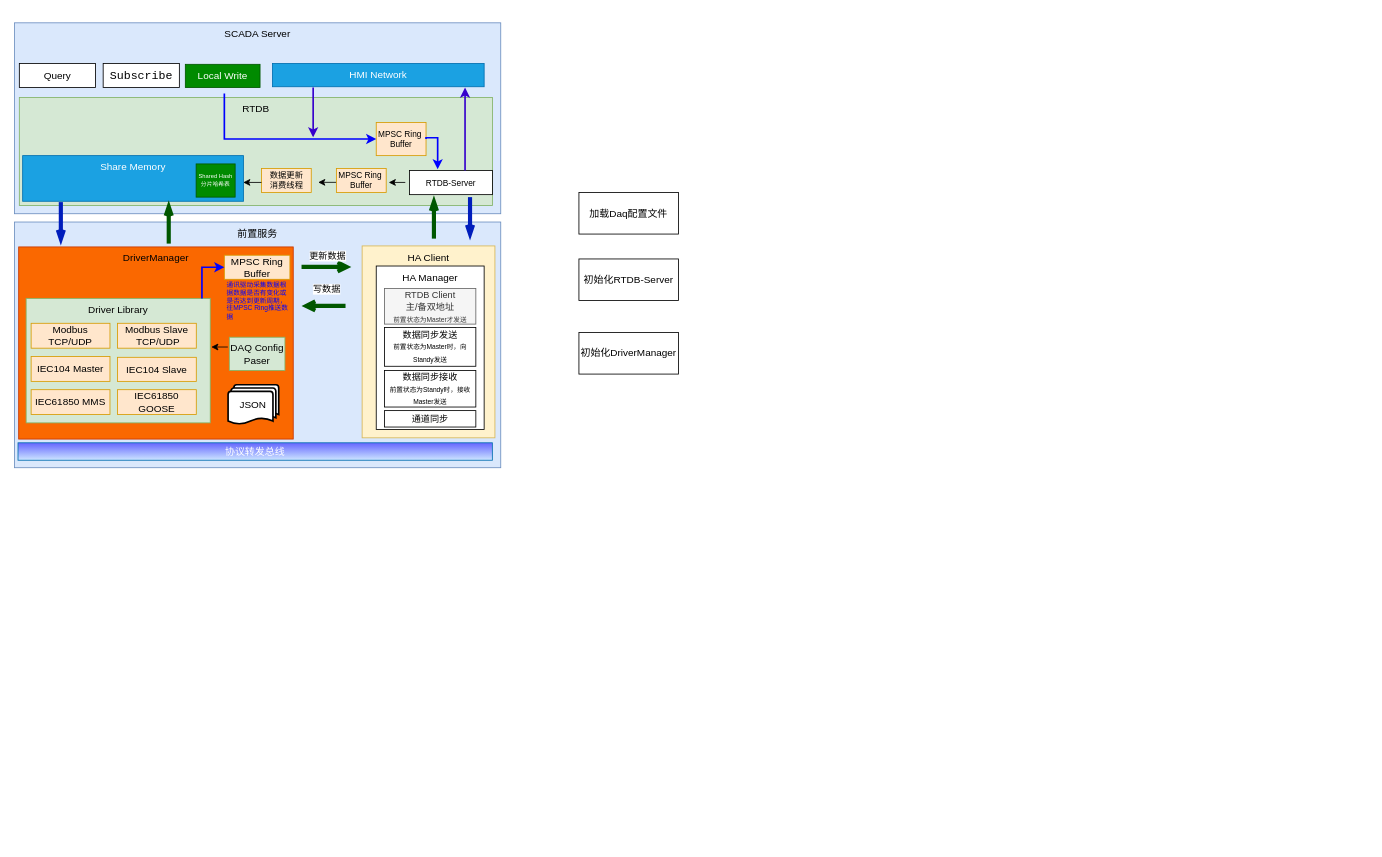
This is page "前置&SCADA架构" (3 of 4) of EMS软件架构图.drawio from fuhui0321/diagram, a draw.io file, before an edit. Source tidied: cells renumbered, new cells numbered last; positions are measured from the earlier drawing's top-left corner, leaving out a move shared by most shapes. Both pictures are drawn from the tidied source at 83%, with x=0, y=0 at pixel (14, 22).
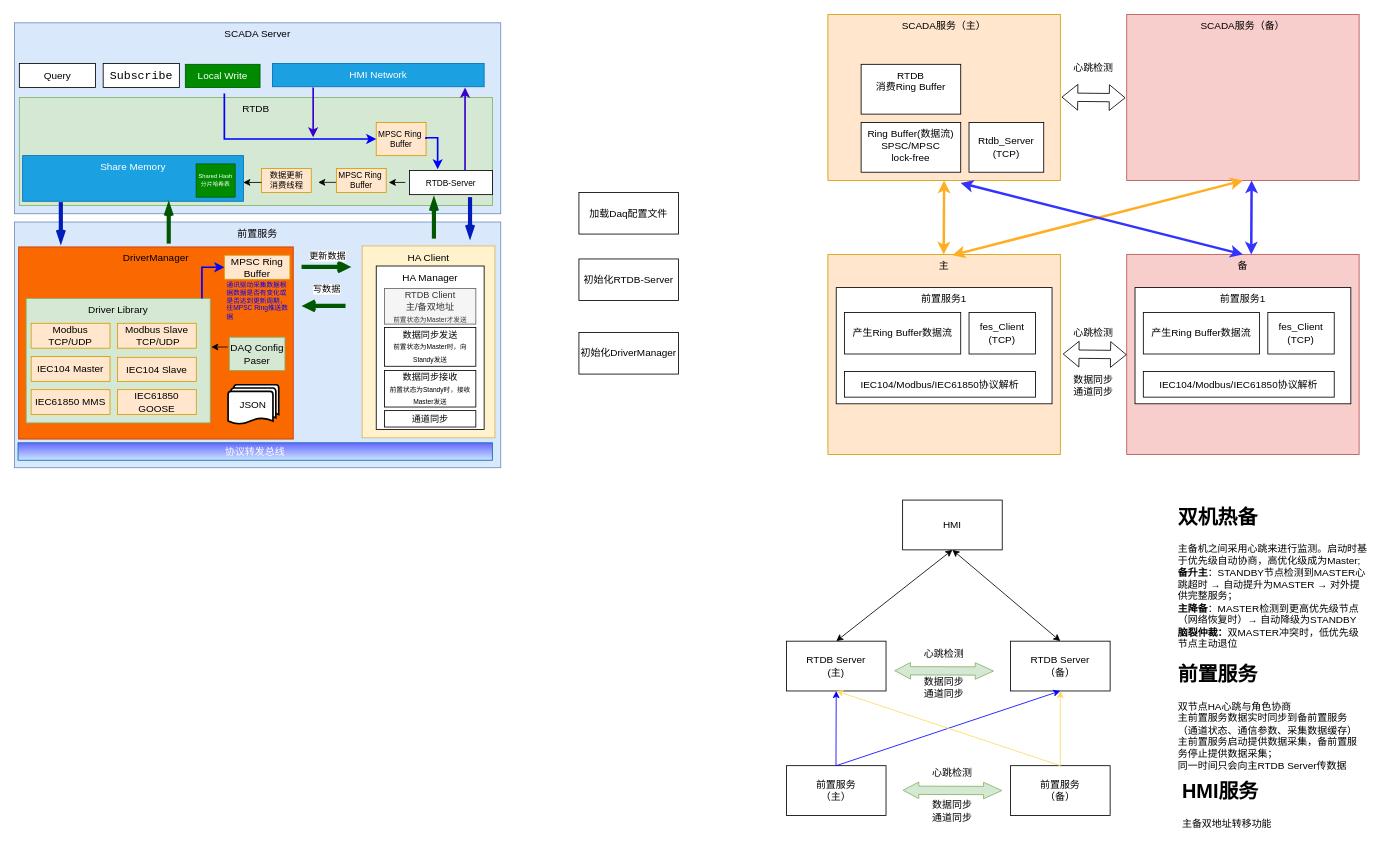
Above is the later version.

Commit message:
更新EMS软件架构图.drawio

What changed in the source:
```diff
@@
+    <mxCell id="54" value="SCADA服务（主）" style="rounded=0;whiteSpace=wrap;html=1;verticalAlign=top;fillColor=#ffe6cc;strokeColor=#d79b00;" parent="1" vertex="1">
+      <mxGeometry x="980" y="-10" width="280" height="200" as="geometry" />
+    </mxCell>
+    <mxCell id="55" value="主" style="rounded=0;whiteSpace=wrap;html=1;verticalAlign=top;fillColor=#ffe6cc;strokeColor=#d79b00;" parent="1" vertex="1">
+      <mxGeometry x="980" y="279" width="280" height="241" as="geometry" />
+    </mxCell>
+    <mxCell id="56" value="SCADA服务（备）" style="rounded=0;whiteSpace=wrap;html=1;verticalAlign=top;fillColor=#f8cecc;strokeColor=#b85450;" parent="1" vertex="1">
+      <mxGeometry x="1340" y="-10" width="280" height="200" as="geometry" />
+    </mxCell>
+    <mxCell id="57" value="前置服务1" style="rounded=0;whiteSpace=wrap;html=1;verticalAlign=top;align=center;" parent="1" vertex="1">
+      <mxGeometry x="990" y="319" width="260" height="140" as="geometry" />
+    </mxCell>
+    <mxCell id="58" value="Ring Buffer(数据流)&lt;div&gt;SPSC/MPSC&lt;/div&gt;&lt;div&gt;lock-free&lt;/div&gt;" style="rounded=0;whiteSpace=wrap;html=1;verticalAlign=top;" parent="1" vertex="1">
+      <mxGeometry x="1020" y="120" width="120" height="60" as="geometry" />
+    </mxCell>
+    <mxCell id="59" value="RTDB&lt;div&gt;消费Ring Buffer&lt;/div&gt;" style="rounded=0;whiteSpace=wrap;html=1;verticalAlign=top;" parent="1" vertex="1">
+      <mxGeometry x="1020" y="50" width="120" height="60" as="geometry" />
+    </mxCell>
+    <mxCell id="60" value="产生Ring Buffer数据流" style="rounded=0;whiteSpace=wrap;html=1;" parent="1" vertex="1">
+      <mxGeometry x="1000" y="349" width="140" height="50" as="geometry" />
+    </mxCell>
+    <mxCell id="61" style="endArrow=classic;startArrow=classic;html=1;rounded=0;entryX=0.5;entryY=1;entryDx=0;entryDy=0;strokeColor=#FFAE23;strokeWidth=3;" parent="1" edge="1" target="54">
+      <mxGeometry relative="1" as="geometry">
+        <mxPoint x="1119.5" y="279" as="sourcePoint" />
+      </mxGeometry>
+    </mxCell>
+    <mxCell id="62" value="fes_Client&lt;div&gt;(TCP)&lt;/div&gt;" style="rounded=0;whiteSpace=wrap;html=1;" parent="1" vertex="1">
+      <mxGeometry x="1150" y="349" width="80" height="50" as="geometry" />
+    </mxCell>
+    <mxCell id="63" value="Rtdb_Server&lt;div&gt;(TCP)&lt;/div&gt;" style="rounded=0;whiteSpace=wrap;html=1;" parent="1" vertex="1">
+      <mxGeometry x="1150" y="120" width="90" height="60" as="geometry" />
+    </mxCell>
+    <mxCell id="64" style="endArrow=classic;startArrow=classic;html=1;rounded=0;entryX=0.5;entryY=1;entryDx=0;entryDy=0;strokeColor=#FFAE23;strokeWidth=3;" parent="1" edge="1" target="56">
+      <mxGeometry relative="1" as="geometry">
+        <mxPoint x="1130" y="280" as="sourcePoint" />
+      </mxGeometry>
+    </mxCell>
+    <mxCell id="65" value="备" style="rounded=0;whiteSpace=wrap;html=1;verticalAlign=top;fillColor=#f8cecc;strokeColor=#b85450;" parent="1" vertex="1">
+      <mxGeometry x="1340" y="279" width="280" height="241" as="geometry" />
+    </mxCell>
+    <mxCell id="66" value="前置服务1" style="rounded=0;whiteSpace=wrap;html=1;verticalAlign=top;align=center;" parent="1" vertex="1">
+      <mxGeometry x="1350" y="319" width="260" height="140" as="geometry" />
+    </mxCell>
+    <mxCell id="67" value="产生Ring Buffer数据流" style="rounded=0;whiteSpace=wrap;html=1;" parent="1" vertex="1">
+      <mxGeometry x="1360" y="349" width="140" height="50" as="geometry" />
+    </mxCell>
+    <mxCell id="68" value="fes_Client&lt;div&gt;(TCP)&lt;/div&gt;" style="rounded=0;whiteSpace=wrap;html=1;" parent="1" vertex="1">
+      <mxGeometry x="1510" y="349" width="80" height="50" as="geometry" />
+    </mxCell>
+    <mxCell id="69" style="endArrow=classic;startArrow=classic;html=1;rounded=0;entryX=0.5;entryY=1;entryDx=0;entryDy=0;strokeColor=#3333FF;strokeWidth=3;" parent="1" edge="1">
+      <mxGeometry relative="1" as="geometry">
+        <mxPoint x="1490" y="279" as="sourcePoint" />
+        <mxPoint x="1490.5" y="190" as="targetPoint" />
+      </mxGeometry>
+    </mxCell>
+    <mxCell id="70" style="endArrow=classic;startArrow=classic;html=1;rounded=0;entryX=0.571;entryY=1.015;entryDx=0;entryDy=0;entryPerimeter=0;strokeWidth=3;strokeColor=#3333FF;exitX=0.5;exitY=0;exitDx=0;exitDy=0;" parent="1" edge="1" source="65" target="54">
+      <mxGeometry relative="1" as="geometry" />
+    </mxCell>
+    <mxCell id="71" style="shape=flexArrow;endArrow=classic;startArrow=classic;html=1;rounded=0;entryX=0.025;entryY=0.556;entryDx=0;entryDy=0;entryPerimeter=0;" parent="1" edge="1">
+      <mxGeometry relative="1" as="geometry">
+        <mxPoint x="1263" y="399" as="sourcePoint" />
+        <mxPoint x="1340" y="399.8" as="targetPoint" />
+      </mxGeometry>
+    </mxCell>
+    <mxCell id="72" value="心跳检测" style="text;html=1;whiteSpace=wrap;strokeColor=none;fillColor=none;align=center;verticalAlign=middle;rounded=0;" parent="1" vertex="1">
+      <mxGeometry x="1270" y="359" width="60" height="30" as="geometry" />
+    </mxCell>
+    <mxCell id="73" value="IEC104/Modbus/IEC61850协议解析" style="rounded=0;whiteSpace=wrap;html=1;" parent="1" vertex="1">
+      <mxGeometry x="1000" y="420" width="230" height="31" as="geometry" />
+    </mxCell>
+    <mxCell id="74" value="IEC104/Modbus/IEC61850协议解析" style="rounded=0;whiteSpace=wrap;html=1;" parent="1" vertex="1">
+      <mxGeometry x="1360" y="420" width="230" height="31" as="geometry" />
+    </mxCell>
+    <mxCell id="75" style="shape=flexArrow;endArrow=classic;startArrow=classic;html=1;rounded=0;entryX=0.025;entryY=0.556;entryDx=0;entryDy=0;entryPerimeter=0;" parent="1" edge="1">
+      <mxGeometry relative="1" as="geometry">
+        <mxPoint x="1261.5" y="89.5" as="sourcePoint" />
+        <mxPoint x="1338.5" y="90.3" as="targetPoint" />
+      </mxGeometry>
+    </mxCell>
+    <mxCell id="76" value="数据同步&lt;div&gt;通道同步&lt;/div&gt;" style="text;html=1;whiteSpace=wrap;strokeColor=none;fillColor=none;align=center;verticalAlign=middle;rounded=0;" parent="1" vertex="1">
+      <mxGeometry x="1270" y="422" width="60" height="30" as="geometry" />
+    </mxCell>
+    <mxCell id="77" value="心跳检测" style="text;html=1;whiteSpace=wrap;strokeColor=none;fillColor=none;align=center;verticalAlign=middle;rounded=0;" parent="1" vertex="1">
+      <mxGeometry x="1270" y="40" width="60" height="30" as="geometry" />
+    </mxCell>
+    <mxCell id="78" value="HMI" style="rounded=0;whiteSpace=wrap;html=1;" parent="1" vertex="1">
+      <mxGeometry x="1070" y="575" width="120" height="60" as="geometry" />
+    </mxCell>
+    <mxCell id="79" value="&lt;div&gt;RTDB Server&lt;/div&gt;(主)" style="rounded=0;whiteSpace=wrap;html=1;" parent="1" vertex="1">
+      <mxGeometry x="930" y="745" width="120" height="60" as="geometry" />
+    </mxCell>
+    <mxCell id="80" value="&lt;div&gt;RTDB Server&lt;/div&gt;&lt;div&gt;（备）&lt;/div&gt;" style="rounded=0;whiteSpace=wrap;html=1;" parent="1" vertex="1">
+      <mxGeometry x="1200" y="745" width="120" height="60" as="geometry" />
+    </mxCell>
+    <mxCell id="81" value="&lt;div&gt;前置服务&lt;/div&gt;（主）" style="rounded=0;whiteSpace=wrap;html=1;" parent="1" vertex="1">
+      <mxGeometry x="930" y="895" width="120" height="60" as="geometry" />
+    </mxCell>
+    <mxCell id="82" value="&lt;div&gt;前置服务&lt;/div&gt;&lt;div&gt;（备）&lt;/div&gt;" style="rounded=0;whiteSpace=wrap;html=1;" parent="1" vertex="1">
+      <mxGeometry x="1200" y="895" width="120" height="60" as="geometry" />
+    </mxCell>
+    <mxCell id="83" style="shape=flexArrow;endArrow=classic;startArrow=classic;html=1;rounded=0;startWidth=9;startSize=6;endWidth=9;endSize=7;fillColor=#d5e8d4;strokeColor=#82b366;" parent="1" edge="1">
+      <mxGeometry relative="1" as="geometry">
+        <mxPoint x="1070" y="924.6" as="sourcePoint" />
+        <mxPoint x="1190" y="925" as="targetPoint" />
+      </mxGeometry>
+    </mxCell>
+    <mxCell id="84" value="心跳检测" style="text;html=1;whiteSpace=wrap;strokeColor=none;fillColor=none;align=center;verticalAlign=middle;rounded=0;" parent="1" vertex="1">
+      <mxGeometry x="1100" y="889" width="60" height="30" as="geometry" />
+    </mxCell>
+    <mxCell id="85" value="数据同步&lt;div&gt;通道同步&lt;/div&gt;" style="text;html=1;whiteSpace=wrap;strokeColor=none;fillColor=none;align=center;verticalAlign=middle;rounded=0;" parent="1" vertex="1">
+      <mxGeometry x="1100" y="935" width="60" height="30" as="geometry" />
+    </mxCell>
+    <mxCell id="86" style="endArrow=classic;html=1;rounded=0;entryX=0.5;entryY=1;entryDx=0;entryDy=0;strokeColor=#0000FF;" parent="1" edge="1" target="79">
+      <mxGeometry relative="1" as="geometry">
+        <mxPoint x="989.7" y="895" as="sourcePoint" />
+      </mxGeometry>
+    </mxCell>
+    <mxCell id="87" style="endArrow=classic;html=1;rounded=0;entryX=0.5;entryY=1;entryDx=0;entryDy=0;strokeColor=#0000FF;" parent="1" edge="1" target="80">
+      <mxGeometry relative="1" as="geometry">
+        <mxPoint x="990" y="895" as="sourcePoint" />
+      </mxGeometry>
+    </mxCell>
+    <mxCell id="88" style="endArrow=classic;html=1;rounded=0;strokeColor=#FFD966;" parent="1" edge="1">
+      <mxGeometry relative="1" as="geometry">
+        <mxPoint x="1260" y="895" as="sourcePoint" />
+        <mxPoint x="1260" y="805" as="targetPoint" />
+      </mxGeometry>
+    </mxCell>
+    <mxCell id="89" style="endArrow=classic;html=1;rounded=0;exitX=0.5;exitY=0;exitDx=0;exitDy=0;entryX=0.5;entryY=1;entryDx=0;entryDy=0;strokeColor=#FFD966;" parent="1" edge="1" source="82" target="79">
+      <mxGeometry relative="1" as="geometry" />
+    </mxCell>
+    <mxCell id="90" style="endArrow=classic;startArrow=classic;html=1;rounded=0;entryX=0.5;entryY=1;entryDx=0;entryDy=0;" parent="1" edge="1" target="78">
+      <mxGeometry relative="1" as="geometry">
+        <mxPoint x="990" y="745" as="sourcePoint" />
+      </mxGeometry>
+    </mxCell>
+    <mxCell id="91" style="endArrow=classic;startArrow=classic;html=1;rounded=0;entryX=0.5;entryY=1;entryDx=0;entryDy=0;" parent="1" edge="1" target="78">
+      <mxGeometry relative="1" as="geometry">
+        <mxPoint x="1260" y="745" as="sourcePoint" />
+      </mxGeometry>
+    </mxCell>
+    <mxCell id="92" value="&lt;h1 style=&quot;margin-top: 0px;&quot;&gt;前置服务&lt;/h1&gt;&lt;div&gt;双节点HA心跳与角色协商&lt;/div&gt;&lt;div&gt;主前置服务数据实时同步到备前置服务（通道状态、通信参数、采集数据缓存）&lt;/div&gt;&lt;div&gt;主前置服务启动提供数据采集，备前置服务停止提供数据采集；&lt;/div&gt;&lt;div&gt;同一时间只会向主RTDB Server传数据&lt;/div&gt;&lt;p&gt;&lt;br&gt;&lt;/p&gt;&lt;p&gt;&lt;br&gt;&lt;/p&gt;" style="text;html=1;whiteSpace=wrap;overflow=hidden;rounded=0;" parent="1" vertex="1">
+      <mxGeometry x="1400" y="765" width="220" height="141" as="geometry" />
+    </mxCell>
+    <mxCell id="93" value="&lt;h1 style=&quot;margin-top: 0px;&quot;&gt;双机热备&lt;/h1&gt;&lt;div&gt;主备机之间采用心跳来进行监测。启动时基于优先级自动协商，高优化级成为Master;&amp;nbsp;&lt;/div&gt;&lt;div&gt;&lt;b&gt;备升主&lt;/b&gt;：STANDBY节点检测到MASTER心跳超时 → 自动提升为MASTER → 对外提供完整服务；&lt;/div&gt;&lt;div&gt;&lt;strong&gt;主降备&lt;/strong&gt;：MASTER检测到更高优先级节点（网络恢复时）→ 自动降级为STANDBY&lt;/div&gt;&lt;div&gt;&lt;b&gt;脑裂仲裁：&lt;/b&gt;双MASTER冲突时，低优先级节点主动退位&lt;/div&gt;" style="text;html=1;whiteSpace=wrap;overflow=hidden;rounded=0;" parent="1" vertex="1">
+      <mxGeometry x="1400" y="575" width="230" height="180" as="geometry" />
+    </mxCell>
+    <mxCell id="94" style="shape=flexArrow;endArrow=classic;startArrow=classic;html=1;rounded=0;startWidth=9;startSize=6;endWidth=9;endSize=7;fillColor=#d5e8d4;strokeColor=#82b366;" parent="1" edge="1">
+      <mxGeometry relative="1" as="geometry">
+        <mxPoint x="1060" y="780.6" as="sourcePoint" />
+        <mxPoint x="1180" y="781" as="targetPoint" />
+      </mxGeometry>
+    </mxCell>
+    <mxCell id="95" value="心跳检测" style="text;html=1;whiteSpace=wrap;strokeColor=none;fillColor=none;align=center;verticalAlign=middle;rounded=0;" parent="1" vertex="1">
+      <mxGeometry x="1090" y="745" width="60" height="30" as="geometry" />
+    </mxCell>
+    <mxCell id="96" value="&lt;h1 style=&quot;margin-top: 0px;&quot;&gt;HMI服务&lt;/h1&gt;主备双地址转移功能&lt;p&gt;&lt;br&gt;&lt;/p&gt;&lt;p&gt;&lt;br&gt;&lt;/p&gt;" style="text;html=1;whiteSpace=wrap;overflow=hidden;rounded=0;" parent="1" vertex="1">
+      <mxGeometry x="1405" y="906" width="220" height="79" as="geometry" />
+    </mxCell>
+    <mxCell id="97" value="&lt;div&gt;数据同步&lt;/div&gt;&lt;div&gt;通道同步&lt;/div&gt;" style="text;html=1;whiteSpace=wrap;strokeColor=none;fillColor=none;align=center;verticalAlign=middle;rounded=0;" parent="1" vertex="1">
+      <mxGeometry x="1090" y="786" width="60" height="30" as="geometry" />
+    </mxCell>
```
